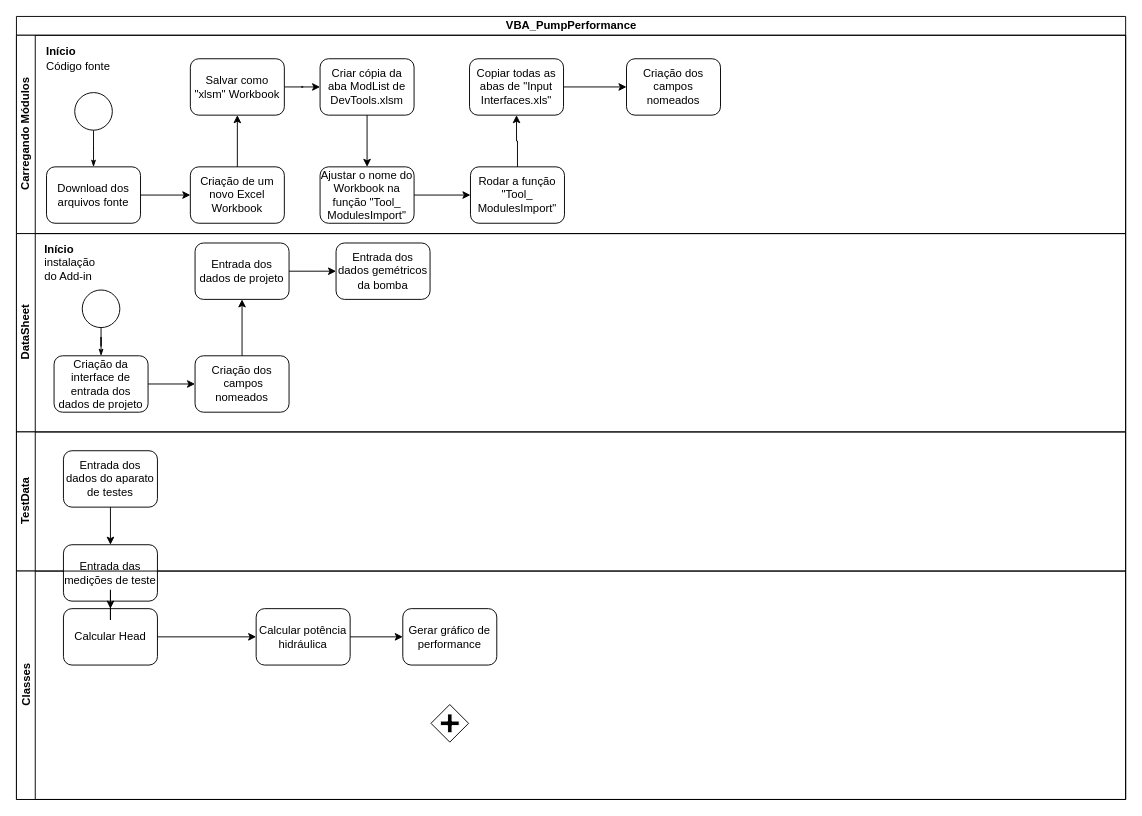
The draw.io diagram Fluxograma de Processo.drawio in eu-cristofer/VBA_PumpPerformance, before the edit. Source tidied: cells renumbered, new cells numbered last; positions are measured from the earlier drawing's top-left corner, leaving out a move shared by most shapes. Both pictures are drawn from the tidied source at 94%, with x=0, y=0 at pixel (16, 16).
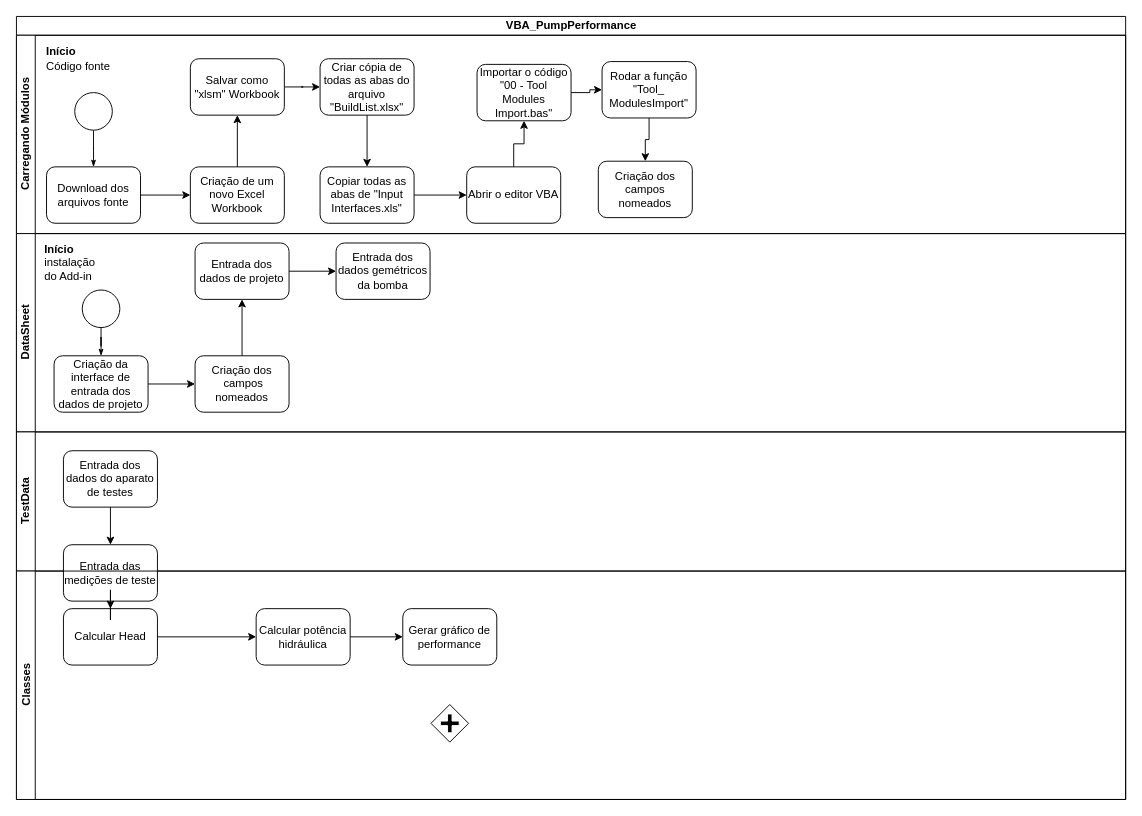
After the change.

Commit message:
Update Fluxograma de Processo

The change refers to these unchanged cells:
```xml
<mxCell id="3" value="Carregando Módulos" style="swimlane;html=1;startSize=20;horizontal=0;fontFamily=Helvetica;" parent="2" vertex="1">
  <mxGeometry y="20" width="1180" height="211" as="geometry" />
</mxCell>
```

Diff of the diagram source:
```diff
@@
     <mxCell id="8" value="Criação dos campos nomeados" style="rounded=1;whiteSpace=wrap;html=1;shadow=0;labelBackgroundColor=none;strokeWidth=1;fontFamily=Helvetica;fontSize=12;align=center;" parent="3" vertex="1">
-      <mxGeometry x="649" y="25" width="100" height="60" as="geometry" />
+      <mxGeometry x="619" y="134" width="100" height="60" as="geometry" />
     </mxCell>
@@
-    <mxCell id="11" value="Criar cópia da aba&amp;nbsp;ModList de DevTools.xlsm" style="rounded=1;whiteSpace=wrap;html=1;shadow=0;labelBackgroundColor=none;strokeWidth=1;fontFamily=Helvetica;fontSize=12;align=center;" parent="3" vertex="1">
+    <mxCell id="11" value="Criar cópia de todas as abas do arquivo &quot;BuildList.xlsx&quot;" style="rounded=1;whiteSpace=wrap;html=1;shadow=0;labelBackgroundColor=none;strokeWidth=1;fontFamily=Helvetica;fontSize=12;align=center;" parent="3" vertex="1">
       <mxGeometry x="323" y="25" width="100" height="60" as="geometry" />
     </mxCell>
+    <mxCell id="45" style="edgeStyle=orthogonalEdgeStyle;rounded=0;jettySize=auto;html=1;" parent="3" edge="1" source="12" target="8">
+      <mxGeometry relative="1" as="geometry" />
+    </mxCell>
     <mxCell id="12" value="Rodar a função &quot;Tool_&lt;br&gt;ModulesImport&quot;" style="rounded=1;whiteSpace=wrap;html=1;shadow=0;labelBackgroundColor=none;strokeWidth=1;fontFamily=Helvetica;fontSize=12;align=center;" parent="3" vertex="1">
-      <mxGeometry x="483" y="140" width="100" height="60" as="geometry" />
+      <mxGeometry x="623" y="28" width="100" height="60" as="geometry" />
     </mxCell>
+    <mxCell id="46" style="edgeStyle=orthogonalEdgeStyle;rounded=0;jettySize=auto;html=1;entryX=0;entryY=0.5;entryDx=0;entryDy=0;" parent="3" edge="1" source="47" target="12">
+      <mxGeometry relative="1" as="geometry" />
+    </mxCell>
+    <mxCell id="47" value="Importar o código &quot;00 - Tool Modules Import.bas&quot;" style="rounded=1;whiteSpace=wrap;html=1;shadow=0;labelBackgroundColor=none;strokeWidth=1;fontFamily=Helvetica;fontSize=12;align=center;" parent="3" vertex="1">
+      <mxGeometry x="490" y="31" width="100" height="60" as="geometry" />
+    </mxCell>
+    <mxCell id="40" value="Abrir o editor VBA" style="rounded=1;whiteSpace=wrap;html=1;shadow=0;labelBackgroundColor=none;strokeWidth=1;fontFamily=Helvetica;fontSize=12;align=center;" parent="3" vertex="1">
+      <mxGeometry x="479" y="140" width="100" height="60" as="geometry" />
+    </mxCell>
+    <mxCell id="39" style="edgeStyle=orthogonalEdgeStyle;rounded=0;jettySize=auto;html=1;entryX=0.5;entryY=1;entryDx=0;entryDy=0;" parent="3" edge="1" source="40" target="47">
+      <mxGeometry relative="1" as="geometry" />
+    </mxCell>
@@
-    <mxCell id="39" style="edgeStyle=orthogonalEdgeStyle;rounded=0;jettySize=auto;html=1;entryX=0;entryY=0.5;entryDx=0;entryDy=0;" parent="1" edge="1" source="40" target="12">
-      <mxGeometry relative="1" as="geometry" />
-    </mxCell>
-    <mxCell id="40" value="Ajustar o nome do Workbook na função &quot;Tool_&lt;br&gt;ModulesImport&quot;" style="rounded=1;whiteSpace=wrap;html=1;shadow=0;labelBackgroundColor=none;strokeWidth=1;fontFamily=Helvetica;fontSize=12;align=center;" parent="1" vertex="1">
-      <mxGeometry x="323" y="160" width="100" height="60" as="geometry" />
-    </mxCell>
-    <mxCell id="41" style="edgeStyle=orthogonalEdgeStyle;rounded=0;jettySize=auto;html=1;entryX=0.5;entryY=0;entryDx=0;entryDy=0;" parent="1" edge="1" source="11" target="40">
-      <mxGeometry relative="1" as="geometry" />
-    </mxCell>
-    <mxCell id="42" style="edgeStyle=orthogonalEdgeStyle;rounded=0;jettySize=auto;html=1;" parent="1" edge="1" source="43" target="8">
-      <mxGeometry relative="1" as="geometry" />
-    </mxCell>
+    <mxCell id="48" style="edgeStyle=orthogonalEdgeStyle;rounded=0;jettySize=auto;html=1;entryX=0;entryY=0.5;entryDx=0;entryDy=0;" parent="1" edge="1" source="43" target="40">
+      <mxGeometry relative="1" as="geometry" />
+    </mxCell>
     <mxCell id="43" value="Copiar todas as abas de &quot;Input Interfaces.xls&quot;" style="rounded=1;whiteSpace=wrap;html=1;shadow=0;labelBackgroundColor=none;strokeWidth=1;fontFamily=Helvetica;fontSize=12;align=center;" parent="1" vertex="1">
-      <mxGeometry x="482" y="45" width="100" height="60" as="geometry" />
+      <mxGeometry x="323" y="160" width="100" height="60" as="geometry" />
     </mxCell>
-    <mxCell id="44" style="edgeStyle=orthogonalEdgeStyle;rounded=0;jettySize=auto;html=1;entryX=0.5;entryY=1;entryDx=0;entryDy=0;" parent="1" edge="1" source="12" target="43">
-      <mxGeometry relative="1" as="geometry" />
-    </mxCell>
+    <mxCell id="49" style="edgeStyle=orthogonalEdgeStyle;rounded=0;jettySize=auto;html=1;entryX=0.5;entryY=0;entryDx=0;entryDy=0;" parent="1" edge="1" source="11" target="43">
+      <mxGeometry relative="1" as="geometry" />
+    </mxCell>
```
